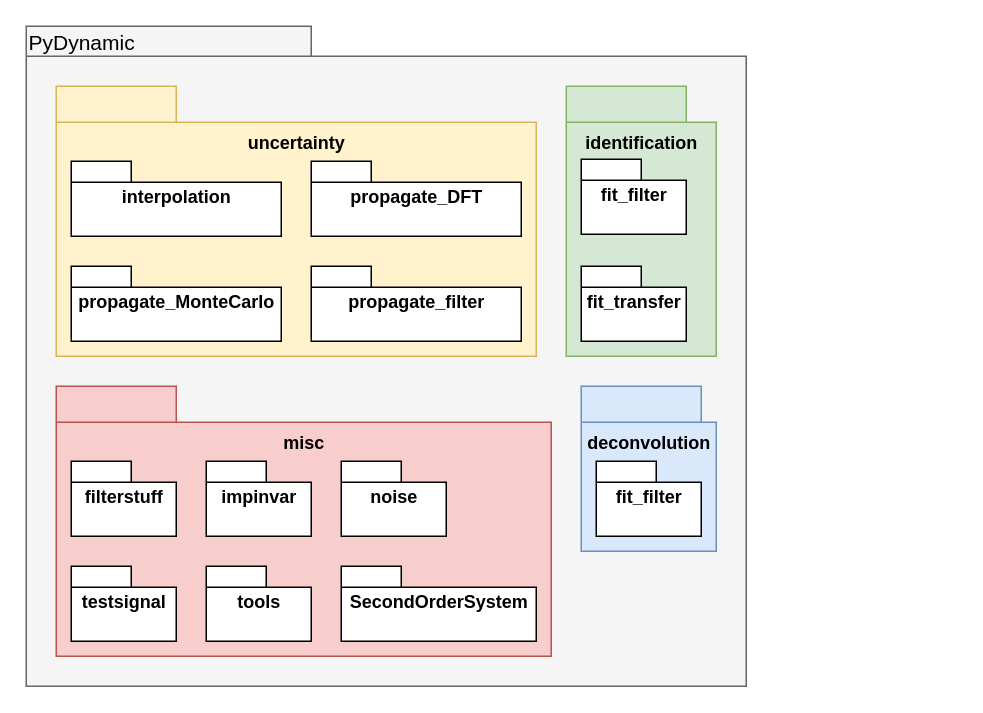
Earlier version of the draw.io diagram doc/PyDynamic_package_diagram.drawio (PTB-M4D/PyDynamic). Source tidied: cells renumbered, new cells numbered last; positions are measured from the earlier drawing's top-left corner, leaving out a move shared by most shapes. Both pictures are drawn from the tidied source at 150%, with x=0, y=0 at pixel (26, 26).
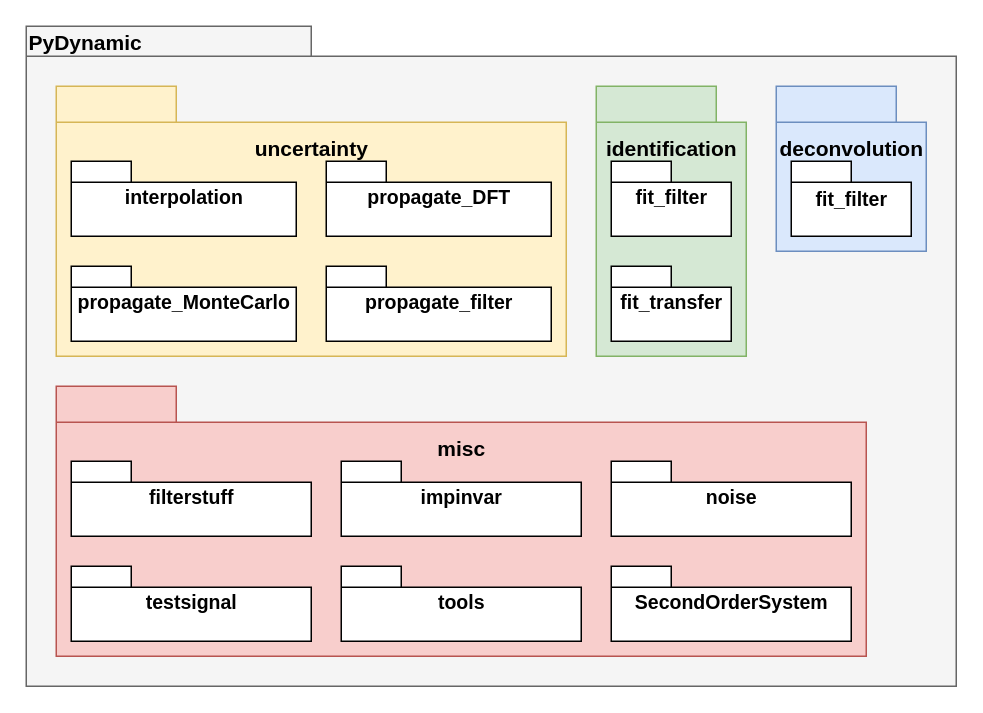
The same diagram, later.

Commit message (it also covers changes not shown here):
wip(README): update package diagram in docs

What changed in the source:
```diff
@@
-    <mxCell id="2" style="group;" parent="1" vertex="1">
-      <mxGeometry width="480" height="440" as="geometry" />
-    </mxCell>
-    <mxCell id="3" style="group;" parent="2" vertex="1">
-      <mxGeometry width="480" height="440" as="geometry" />
-    </mxCell>
+    <mxCell id="27" style="group;" parent="1" vertex="1">
+      <mxGeometry width="620" height="440" as="geometry" />
+    </mxCell>
-    <mxCell id="4" style="shape=folder;fontStyle=1;spacingTop=10;tabWidth=190;tabHeight=20;tabPosition=left;html=1;rounded=0;shadow=0;comic=0;labelBackgroundColor=none;strokeWidth=1;fillColor=#f5f5f5;fontFamily=Helvetica;fontSize=10;align=center;strokeColor=#666666;fontColor=#333333;" parent="3" vertex="1">
-      <mxGeometry width="480" height="440" as="geometry" />
+    <mxCell id="4" style="shape=folder;fontStyle=1;spacingTop=10;tabWidth=190;tabHeight=20;tabPosition=left;html=1;rounded=0;shadow=0;comic=0;labelBackgroundColor=none;strokeWidth=1;fillColor=#f5f5f5;fontFamily=Helvetica;fontSize=14;align=center;strokeColor=#666666;fontColor=#333333;" parent="27" vertex="1">
+      <mxGeometry width="620" height="440" as="geometry" />
     </mxCell>
-    <mxCell id="5" value="PyDynamic" style="text;html=1;align=left;verticalAlign=top;spacingTop=-4;fontSize=14;fontFamily=Helvetica;" parent="3" vertex="1">
-      <mxGeometry width="190" height="20" as="geometry" />
+    <mxCell id="5" value="PyDynamic" style="text;html=1;align=left;verticalAlign=top;spacingTop=-4;fontSize=14;fontFamily=Helvetica;fontStyle=1;" parent="27" vertex="1">
+      <mxGeometry width="281" height="20" as="geometry" />
     </mxCell>
-    <mxCell id="6" style="group;" parent="2" vertex="1">
-      <mxGeometry x="370" y="240" width="90" height="110" as="geometry" />
-    </mxCell>
+    <mxCell id="28" style="group;" parent="27" vertex="1">
+      <mxGeometry x="500" y="40" width="100" height="110" as="geometry" />
+    </mxCell>
-    <mxCell id="7" value="&lt;font style=&quot;font-size: 12px&quot;&gt;&lt;br style=&quot;font-size: 12px&quot;&gt;deconvolution&lt;/font&gt;" style="shape=folder;fontStyle=1;spacingTop=10;tabWidth=80;tabHeight=24;tabPosition=left;html=1;rounded=0;shadow=0;comic=0;labelBackgroundColor=none;strokeWidth=1;fontFamily=Helvetica;fontSize=12;align=center;verticalAlign=top;fillColor=#dae8fc;strokeColor=#6c8ebf;" parent="6" vertex="1">
-      <mxGeometry width="90" height="110" as="geometry" />
+    <mxCell id="7" value="&lt;font style=&quot;font-size: 14px;&quot;&gt;&lt;br style=&quot;font-size: 14px;&quot;&gt;deconvolution&lt;/font&gt;" style="shape=folder;fontStyle=1;spacingTop=10;tabWidth=80;tabHeight=24;tabPosition=left;html=1;rounded=0;shadow=0;comic=0;labelBackgroundColor=none;strokeWidth=1;fontFamily=Helvetica;fontSize=14;align=center;verticalAlign=top;fillColor=#dae8fc;strokeColor=#6c8ebf;" parent="28" vertex="1">
+      <mxGeometry width="100" height="110" as="geometry" />
     </mxCell>
-    <mxCell id="8" value="fit_filter" style="shape=folder;fontStyle=1;spacingTop=10;tabWidth=40;tabHeight=14;tabPosition=left;html=1;rounded=0;shadow=0;comic=0;labelBackgroundColor=none;strokeWidth=1;fontFamily=Helvetica;fontSize=12;align=center;verticalAlign=top;" parent="6" vertex="1">
-      <mxGeometry x="10" y="50" width="70" height="50" as="geometry" />
+    <mxCell id="8" value="&lt;font style=&quot;font-size: 13px&quot;&gt;fit_filter&lt;/font&gt;" style="shape=folder;fontStyle=1;spacingTop=10;tabWidth=40;tabHeight=14;tabPosition=left;html=1;rounded=0;shadow=0;comic=0;labelBackgroundColor=none;strokeWidth=1;fontFamily=Helvetica;fontSize=14;align=center;verticalAlign=top;" parent="28" vertex="1">
+      <mxGeometry x="10" y="50" width="80" height="50" as="geometry" />
     </mxCell>
-    <mxCell id="9" style="group;" parent="2" vertex="1">
-      <mxGeometry x="20" y="240" width="330" height="180" as="geometry" />
-    </mxCell>
-    <mxCell id="10" value="&lt;br&gt;misc" style="shape=folder;fontStyle=1;spacingTop=10;tabWidth=80;tabHeight=24;tabPosition=left;html=1;rounded=0;shadow=0;comic=0;labelBackgroundColor=none;strokeWidth=1;fontFamily=Helvetica;fontSize=12;align=center;verticalAlign=top;fillColor=#f8cecc;strokeColor=#b85450;" parent="9" vertex="1">
-      <mxGeometry width="330" height="180" as="geometry" />
-    </mxCell>
-    <mxCell id="11" value="filterstuff" style="shape=folder;fontStyle=1;spacingTop=10;tabWidth=40;tabHeight=14;tabPosition=left;html=1;rounded=0;shadow=0;comic=0;labelBackgroundColor=none;strokeWidth=1;fontFamily=Helvetica;fontSize=12;align=center;verticalAlign=top;" parent="9" vertex="1">
-      <mxGeometry x="10" y="50" width="70" height="50" as="geometry" />
-    </mxCell>
-    <mxCell id="12" value="impinvar" style="shape=folder;fontStyle=1;spacingTop=10;tabWidth=40;tabHeight=14;tabPosition=left;html=1;rounded=0;shadow=0;comic=0;labelBackgroundColor=none;strokeWidth=1;fontFamily=Helvetica;fontSize=12;align=center;verticalAlign=top;" parent="9" vertex="1">
-      <mxGeometry x="100" y="50" width="70" height="50" as="geometry" />
-    </mxCell>
-    <mxCell id="13" value="noise" style="shape=folder;fontStyle=1;spacingTop=10;tabWidth=40;tabHeight=14;tabPosition=left;html=1;rounded=0;shadow=0;comic=0;labelBackgroundColor=none;strokeWidth=1;fontFamily=Helvetica;fontSize=12;align=center;verticalAlign=top;" parent="9" vertex="1">
-      <mxGeometry x="190" y="50" width="70" height="50" as="geometry" />
-    </mxCell>
-    <mxCell id="14" value="SecondOrderSystem" style="shape=folder;fontStyle=1;spacingTop=10;tabWidth=40;tabHeight=14;tabPosition=left;html=1;rounded=0;shadow=0;comic=0;labelBackgroundColor=none;strokeWidth=1;fontFamily=Helvetica;fontSize=12;align=center;verticalAlign=top;" parent="9" vertex="1">
-      <mxGeometry x="190" y="120" width="130" height="50" as="geometry" />
-    </mxCell>
-    <mxCell id="15" value="testsignal" style="shape=folder;fontStyle=1;spacingTop=10;tabWidth=40;tabHeight=14;tabPosition=left;html=1;rounded=0;shadow=0;comic=0;labelBackgroundColor=none;strokeWidth=1;fontFamily=Helvetica;fontSize=12;align=center;verticalAlign=top;" parent="9" vertex="1">
-      <mxGeometry x="10" y="120" width="70" height="50" as="geometry" />
-    </mxCell>
-    <mxCell id="16" value="tools" style="shape=folder;fontStyle=1;spacingTop=10;tabWidth=40;tabHeight=14;tabPosition=left;html=1;rounded=0;shadow=0;comic=0;labelBackgroundColor=none;strokeWidth=1;fontFamily=Helvetica;fontSize=12;align=center;verticalAlign=top;" parent="9" vertex="1">
-      <mxGeometry x="100" y="120" width="70" height="50" as="geometry" />
-    </mxCell>
-    <mxCell id="17" style="group;" parent="2" vertex="1">
-      <mxGeometry x="20" y="40" width="320" height="180" as="geometry" />
-    </mxCell>
+    <mxCell id="29" style="group;" parent="27" vertex="1">
+      <mxGeometry x="380" y="40" width="100" height="180" as="geometry" />
+    </mxCell>
+    <mxCell id="24" value="&lt;br style=&quot;font-size: 14px;&quot;&gt;identification" style="shape=folder;fontStyle=1;spacingTop=10;tabWidth=80;tabHeight=24;tabPosition=left;html=1;rounded=0;shadow=0;comic=0;labelBackgroundColor=none;strokeWidth=1;fontFamily=Helvetica;fontSize=14;align=center;verticalAlign=top;fillColor=#d5e8d4;strokeColor=#82b366;" parent="29" vertex="1">
+      <mxGeometry width="100" height="180" as="geometry" />
+    </mxCell>
+    <mxCell id="25" value="fit_transfer" style="shape=folder;fontStyle=1;spacingTop=10;tabWidth=40;tabHeight=14;tabPosition=left;html=1;rounded=0;shadow=0;comic=0;labelBackgroundColor=none;strokeWidth=1;fontFamily=Helvetica;fontSize=13;align=center;verticalAlign=top;" parent="29" vertex="1">
+      <mxGeometry x="10" y="120" width="80" height="50" as="geometry" />
+    </mxCell>
+    <mxCell id="26" value="fit_filter" style="shape=folder;fontStyle=1;spacingTop=10;tabWidth=40;tabHeight=14;tabPosition=left;html=1;rounded=0;shadow=0;comic=0;labelBackgroundColor=none;strokeWidth=1;fontFamily=Helvetica;fontSize=13;align=center;verticalAlign=top;" parent="29" vertex="1">
+      <mxGeometry x="10" y="50" width="80" height="50" as="geometry" />
+    </mxCell>
+    <mxCell id="30" style="group;" parent="27" vertex="1">
+      <mxGeometry x="20" y="40" width="340" height="180" as="geometry" />
+    </mxCell>
-    <mxCell id="18" value="&lt;br&gt;uncertainty" style="shape=folder;fontStyle=1;spacingTop=10;tabWidth=80;tabHeight=24;tabPosition=left;html=1;rounded=0;shadow=0;comic=0;labelBackgroundColor=none;strokeWidth=1;fontFamily=Helvetica;fontSize=12;align=center;verticalAlign=top;fillColor=#fff2cc;strokeColor=#d6b656;" parent="17" vertex="1">
-      <mxGeometry width="320" height="180" as="geometry" />
+    <mxCell id="18" value="&lt;br style=&quot;font-size: 14px;&quot;&gt;uncertainty" style="shape=folder;fontStyle=1;spacingTop=10;tabWidth=80;tabHeight=24;tabPosition=left;html=1;rounded=0;shadow=0;comic=0;labelBackgroundColor=none;strokeWidth=1;fontFamily=Helvetica;fontSize=14;align=center;verticalAlign=top;fillColor=#fff2cc;strokeColor=#d6b656;" parent="30" vertex="1">
+      <mxGeometry width="340" height="180" as="geometry" />
     </mxCell>
-    <mxCell id="19" value="propagate_DFT" style="shape=folder;fontStyle=1;spacingTop=10;tabWidth=40;tabHeight=14;tabPosition=left;html=1;rounded=0;shadow=0;comic=0;labelBackgroundColor=none;strokeWidth=1;fontFamily=Helvetica;fontSize=12;align=center;verticalAlign=top;" parent="17" vertex="1">
-      <mxGeometry x="170" y="50" width="140" height="50" as="geometry" />
+    <mxCell id="19" value="propagate_DFT" style="shape=folder;fontStyle=1;spacingTop=10;tabWidth=40;tabHeight=14;tabPosition=left;html=1;rounded=0;shadow=0;comic=0;labelBackgroundColor=none;strokeWidth=1;fontFamily=Helvetica;fontSize=13;align=center;verticalAlign=top;" parent="30" vertex="1">
+      <mxGeometry x="180" y="50" width="150" height="50" as="geometry" />
     </mxCell>
-    <mxCell id="20" value="interpolation" style="shape=folder;fontStyle=1;spacingTop=10;tabWidth=40;tabHeight=14;tabPosition=left;html=1;rounded=0;shadow=0;comic=0;labelBackgroundColor=none;strokeWidth=1;fontFamily=Helvetica;fontSize=12;align=center;verticalAlign=top;" parent="17" vertex="1">
-      <mxGeometry x="10" y="50" width="140" height="50" as="geometry" />
+    <mxCell id="20" value="interpolation" style="shape=folder;fontStyle=1;spacingTop=10;tabWidth=40;tabHeight=14;tabPosition=left;html=1;rounded=0;shadow=0;comic=0;labelBackgroundColor=none;strokeWidth=1;fontFamily=Helvetica;fontSize=13;align=center;verticalAlign=top;" parent="30" vertex="1">
+      <mxGeometry x="10" y="50" width="150" height="50" as="geometry" />
     </mxCell>
-    <mxCell id="21" value="propagate_filter" style="shape=folder;fontStyle=1;spacingTop=10;tabWidth=40;tabHeight=14;tabPosition=left;html=1;rounded=0;shadow=0;comic=0;labelBackgroundColor=none;strokeWidth=1;fontFamily=Helvetica;fontSize=12;align=center;verticalAlign=top;" parent="17" vertex="1">
-      <mxGeometry x="170" y="120" width="140" height="50" as="geometry" />
+    <mxCell id="21" value="propagate_filter" style="shape=folder;fontStyle=1;spacingTop=10;tabWidth=40;tabHeight=14;tabPosition=left;html=1;rounded=0;shadow=0;comic=0;labelBackgroundColor=none;strokeWidth=1;fontFamily=Helvetica;fontSize=13;align=center;verticalAlign=top;" parent="30" vertex="1">
+      <mxGeometry x="180" y="120" width="150" height="50" as="geometry" />
     </mxCell>
-    <mxCell id="22" value="propagate_MonteCarlo" style="shape=folder;fontStyle=1;spacingTop=10;tabWidth=40;tabHeight=14;tabPosition=left;html=1;rounded=0;shadow=0;comic=0;labelBackgroundColor=none;strokeWidth=1;fontFamily=Helvetica;fontSize=12;align=center;verticalAlign=top;" parent="17" vertex="1">
-      <mxGeometry x="10" y="120" width="140" height="50" as="geometry" />
+    <mxCell id="22" value="propagate_MonteCarlo" style="shape=folder;fontStyle=1;spacingTop=10;tabWidth=40;tabHeight=14;tabPosition=left;html=1;rounded=0;shadow=0;comic=0;labelBackgroundColor=none;strokeWidth=1;fontFamily=Helvetica;fontSize=13;align=center;verticalAlign=top;" parent="30" vertex="1">
+      <mxGeometry x="10" y="120" width="150" height="50" as="geometry" />
     </mxCell>
-    <mxCell id="23" style="group;" parent="2" vertex="1">
-      <mxGeometry x="360" y="40" width="100" height="180" as="geometry" />
-    </mxCell>
-    <mxCell id="24" value="&lt;br&gt;identification" style="shape=folder;fontStyle=1;spacingTop=10;tabWidth=80;tabHeight=24;tabPosition=left;html=1;rounded=0;shadow=0;comic=0;labelBackgroundColor=none;strokeWidth=1;fontFamily=Helvetica;fontSize=12;align=center;verticalAlign=top;fillColor=#d5e8d4;strokeColor=#82b366;" parent="23" vertex="1">
-      <mxGeometry width="100" height="180" as="geometry" />
-    </mxCell>
-    <mxCell id="25" value="fit_transfer" style="shape=folder;fontStyle=1;spacingTop=10;tabWidth=40;tabHeight=14;tabPosition=left;html=1;rounded=0;shadow=0;comic=0;labelBackgroundColor=none;strokeWidth=1;fontFamily=Helvetica;fontSize=12;align=center;verticalAlign=top;" parent="23" vertex="1">
-      <mxGeometry x="10" y="120" width="70" height="50" as="geometry" />
-    </mxCell>
-    <mxCell id="26" value="fit_filter" style="shape=folder;fontStyle=1;spacingTop=10;tabWidth=40;tabHeight=14;tabPosition=left;html=1;rounded=0;shadow=0;comic=0;labelBackgroundColor=none;strokeWidth=1;fontFamily=Helvetica;fontSize=12;align=center;verticalAlign=top;" parent="23" vertex="1">
-      <mxGeometry x="10" y="48.7" width="70" height="50" as="geometry" />
-    </mxCell>
+    <mxCell id="31" style="group;" parent="27" vertex="1">
+      <mxGeometry x="20" y="240" width="540" height="180" as="geometry" />
+    </mxCell>
+    <mxCell id="10" value="&lt;br style=&quot;font-size: 14px;&quot;&gt;misc" style="shape=folder;fontStyle=1;spacingTop=10;tabWidth=80;tabHeight=24;tabPosition=left;html=1;rounded=0;shadow=0;comic=0;labelBackgroundColor=none;strokeWidth=1;fontFamily=Helvetica;fontSize=14;align=center;verticalAlign=top;fillColor=#f8cecc;strokeColor=#b85450;" parent="31" vertex="1">
+      <mxGeometry width="540" height="180" as="geometry" />
+    </mxCell>
+    <mxCell id="32" style="group;" parent="31" vertex="1">
+      <mxGeometry width="540" height="180" as="geometry" />
+    </mxCell>
+    <mxCell id="33" style="group;" parent="32" vertex="1">
+      <mxGeometry width="540" height="180" as="geometry" />
+    </mxCell>
+    <mxCell id="34" style="group;" parent="33" vertex="1">
+      <mxGeometry width="540" height="180" as="geometry" />
+    </mxCell>
+    <mxCell id="35" style="group;" parent="34" vertex="1">
+      <mxGeometry width="540" height="180" as="geometry" />
+    </mxCell>
+    <mxCell id="14" value="SecondOrderSystem" style="shape=folder;fontStyle=1;spacingTop=10;tabWidth=40;tabHeight=14;tabPosition=left;html=1;rounded=0;shadow=0;comic=0;labelBackgroundColor=none;strokeWidth=1;fontFamily=Helvetica;fontSize=13;align=center;verticalAlign=top;" parent="35" vertex="1">
+      <mxGeometry x="370" y="120" width="160" height="50" as="geometry" />
+    </mxCell>
+    <mxCell id="13" value="noise" style="shape=folder;fontStyle=1;spacingTop=10;tabWidth=40;tabHeight=14;tabPosition=left;html=1;rounded=0;shadow=0;comic=0;labelBackgroundColor=none;strokeWidth=1;fontFamily=Helvetica;fontSize=13;align=center;verticalAlign=top;" parent="35" vertex="1">
+      <mxGeometry x="370" y="50" width="160" height="50" as="geometry" />
+    </mxCell>
+    <mxCell id="12" value="impinvar" style="shape=folder;fontStyle=1;spacingTop=10;tabWidth=40;tabHeight=14;tabPosition=left;html=1;rounded=0;shadow=0;comic=0;labelBackgroundColor=none;strokeWidth=1;fontFamily=Helvetica;fontSize=13;align=center;verticalAlign=top;" parent="35" vertex="1">
+      <mxGeometry x="190" y="50" width="160" height="50" as="geometry" />
+    </mxCell>
+    <mxCell id="16" value="tools" style="shape=folder;fontStyle=1;spacingTop=10;tabWidth=40;tabHeight=14;tabPosition=left;html=1;rounded=0;shadow=0;comic=0;labelBackgroundColor=none;strokeWidth=1;fontFamily=Helvetica;fontSize=13;align=center;verticalAlign=top;" parent="35" vertex="1">
+      <mxGeometry x="190" y="120" width="160" height="50" as="geometry" />
+    </mxCell>
+    <mxCell id="11" value="filterstuff" style="shape=folder;fontStyle=1;spacingTop=10;tabWidth=40;tabHeight=14;tabPosition=left;html=1;rounded=0;shadow=0;comic=0;labelBackgroundColor=none;strokeWidth=1;fontFamily=Helvetica;fontSize=13;align=center;verticalAlign=top;" parent="35" vertex="1">
+      <mxGeometry x="10" y="50" width="160" height="50" as="geometry" />
+    </mxCell>
+    <mxCell id="15" value="testsignal" style="shape=folder;fontStyle=1;spacingTop=10;tabWidth=40;tabHeight=14;tabPosition=left;html=1;rounded=0;shadow=0;comic=0;labelBackgroundColor=none;strokeWidth=1;fontFamily=Helvetica;fontSize=13;align=center;verticalAlign=top;" parent="35" vertex="1">
+      <mxGeometry x="10" y="120" width="160" height="50" as="geometry" />
+    </mxCell>
```
